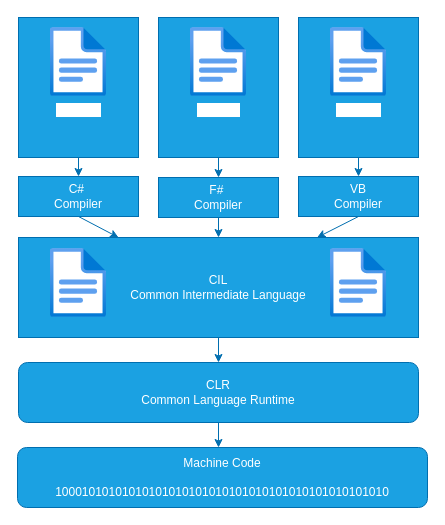
Earlier version of the draw.io diagram C#.NET/101_code_flow.drawio (uwspstar/FullStack). Source tidied: cells renumbered, new cells numbered last; positions are measured from the earlier drawing's top-left corner, leaving out a move shared by most shapes. Both pictures are drawn from the tidied source at 100%, with x=0, y=0 at pixel (17, 17).
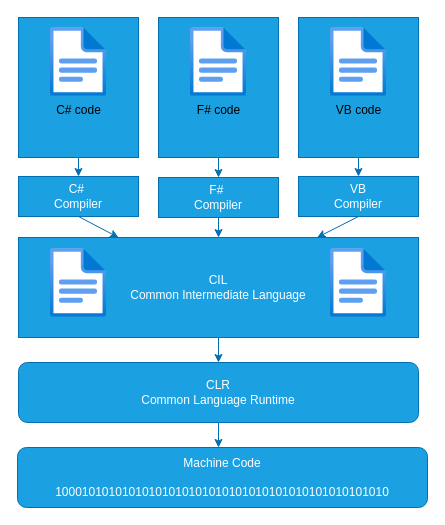
Above is the later version.

Change to the diagram source:
```diff
@@
-    <mxCell id="3" value="F# code" style="html=1;align=center;image;fontSize=12;image=img/lib/azure2/general/File.svg;fillColor=#1ba1e2;fontColor=#ffffff;strokeColor=#006EAF;" parent="1" vertex="1">
+    <mxCell id="3" value="F# code" style="html=1;align=center;image;fontSize=12;image=img/lib/azure2/general/File.svg;fillColor=#1ba1e2;fontColor=#000000;strokeColor=#006EAF;labelBackgroundColor=none;" parent="1" vertex="1">
       <mxGeometry x="173" y="10" width="56" height="69" as="geometry" />
     </mxCell>
@@
-    <mxCell id="5" value="C# code" style="html=1;align=center;image;fontSize=12;image=img/lib/azure2/general/File.svg;fillColor=#1ba1e2;fontColor=#ffffff;strokeColor=#006EAF;" parent="1" vertex="1">
+    <mxCell id="5" value="C# code" style="html=1;align=center;image;fontSize=12;image=img/lib/azure2/general/File.svg;fillColor=#1ba1e2;fontColor=#000000;strokeColor=#006EAF;labelBackgroundColor=none;" parent="1" vertex="1">
       <mxGeometry x="33" y="10" width="56" height="69" as="geometry" />
     </mxCell>
@@
-    <mxCell id="7" value="VB code" style="html=1;align=center;image;fontSize=12;image=img/lib/azure2/general/File.svg;fillColor=#1ba1e2;fontColor=#ffffff;strokeColor=#006EAF;" parent="1" vertex="1">
+    <mxCell id="7" value="VB code" style="html=1;align=center;image;fontSize=12;image=img/lib/azure2/general/File.svg;fillColor=#1ba1e2;fontColor=#000000;strokeColor=#006EAF;labelBackgroundColor=none;" parent="1" vertex="1">
       <mxGeometry x="313" y="10" width="56" height="69" as="geometry" />
     </mxCell>
```
